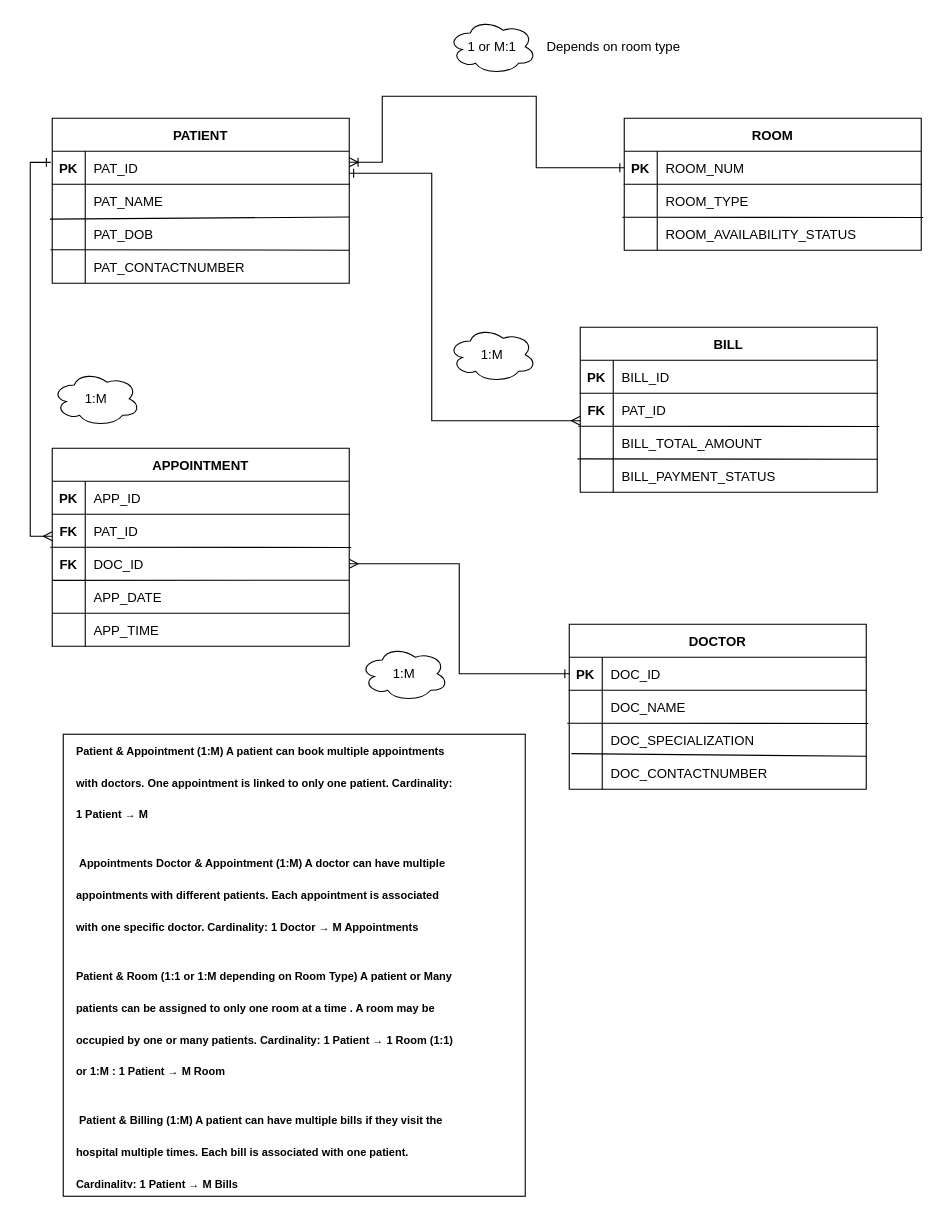
This is Untitled Diagram.drawio from jraldGITHUB/IT26A_BACO, a draw.io file, before an edit. Source tidied: cells renumbered, new cells numbered last; positions are measured from the earlier drawing's top-left corner, leaving out a move shared by most shapes. Both pictures are drawn from the tidied source at 110%, with x=0, y=0 at pixel (50, 19).
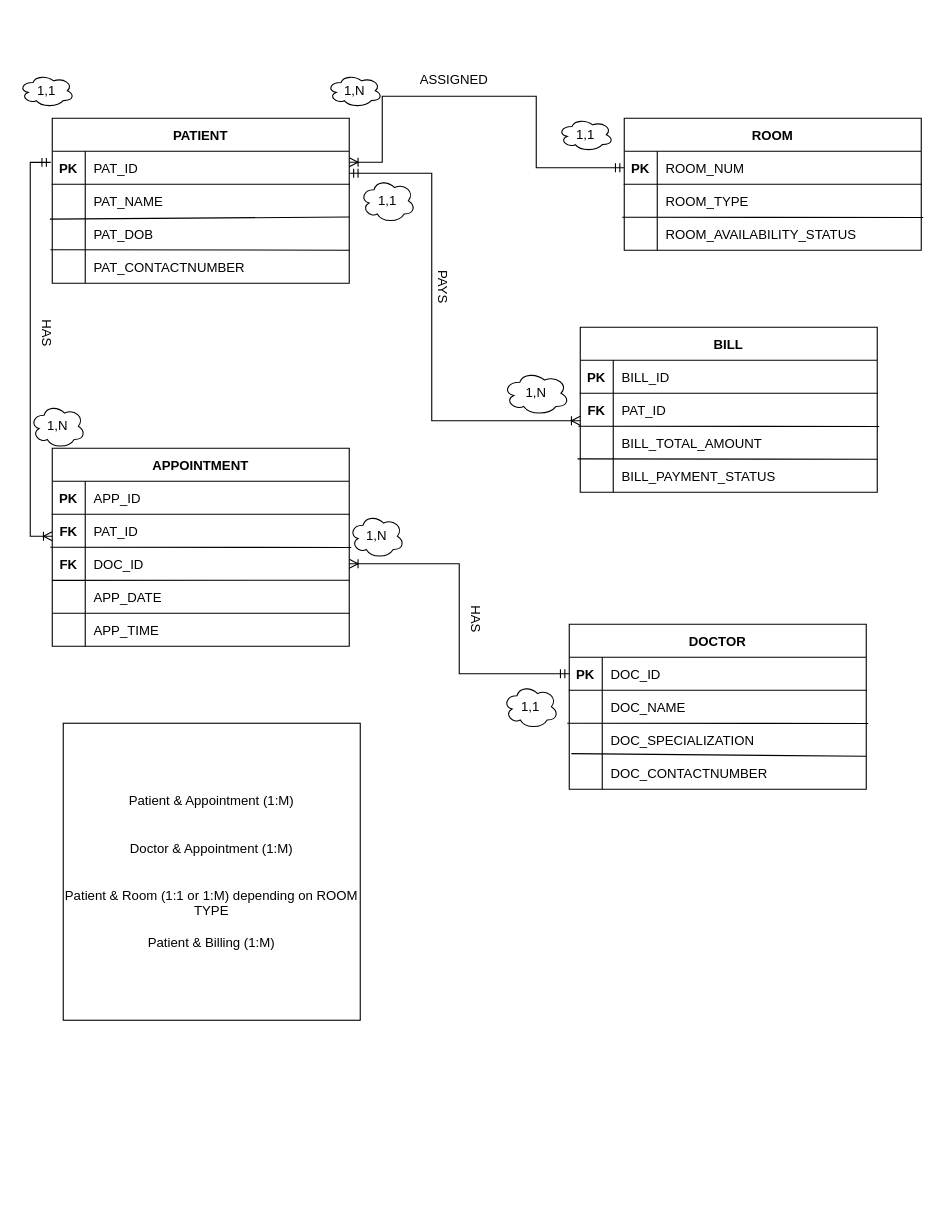
The same page after the edit.

The change refers to these unchanged cells:
```xml
<mxCell id="3" style="shape=partialRectangle;fillColor=none;points=[[0,0.5],[1,0.5]];portConstraint=eastwest;top=0;left=0;right=0;bottom=1;" parent="2" vertex="1">
  <mxGeometry y="30" width="270" height="30" as="geometry" />
</mxCell>
<mxCell id="18" style="shape=partialRectangle;fillColor=none;points=[[0,0.5],[1,0.5]];portConstraint=eastwest;top=0;left=0;right=0;bottom=1;" parent="17" vertex="1">
  <mxGeometry y="30" width="270" height="30" as="geometry" />
</mxCell>
<mxCell id="36" style="shape=partialRectangle;fillColor=none;points=[[0,0.5],[1,0.5]];portConstraint=eastwest;top=0;left=0;right=0;bottom=0;" parent="32" vertex="1">
  <mxGeometry y="60" width="270" height="30" as="geometry" />
</mxCell>
<mxCell id="40" style="shape=partialRectangle;fillColor=none;points=[[0,0.5],[1,0.5]];portConstraint=eastwest;top=0;left=0;right=0;bottom=0;" parent="32" vertex="1">
  <mxGeometry y="90" width="270" height="30" as="geometry" />
</mxCell>
<mxCell id="51" style="shape=partialRectangle;fillColor=none;points=[[0,0.5],[1,0.5]];portConstraint=eastwest;top=0;left=0;right=0;bottom=1;" parent="50" vertex="1">
  <mxGeometry y="30" width="270" height="30" as="geometry" />
</mxCell>
```

Diff of the diagram source:
```diff
@@
-    <mxCell id="77" style="edgeStyle=orthogonalEdgeStyle;rounded=0;jettySize=auto;html=1;exitX=-0.005;exitY=0.338;exitDx=0;exitDy=0;entryX=0;entryY=0.667;entryDx=0;entryDy=0;entryPerimeter=0;endArrow=ERmany;endFill=0;startArrow=ERone;startFill=0;exitPerimeter=0;" parent="1" edge="1" source="3" target="36">
+    <mxCell id="77" style="edgeStyle=orthogonalEdgeStyle;rounded=0;jettySize=auto;html=1;exitX=-0.005;exitY=0.338;exitDx=0;exitDy=0;entryX=0;entryY=0.667;entryDx=0;entryDy=0;entryPerimeter=0;endArrow=ERoneToMany;endFill=0;startArrow=ERmandOne;startFill=0;exitPerimeter=0;" parent="1" edge="1" source="3" target="36">
       <mxGeometry relative="1" as="geometry" />
     </mxCell>
-    <mxCell id="78" style="edgeStyle=orthogonalEdgeStyle;rounded=0;jettySize=auto;html=1;exitX=0;exitY=0.5;exitDx=0;exitDy=0;entryX=1;entryY=0.5;entryDx=0;entryDy=0;startArrow=ERone;startFill=0;endArrow=ERmany;endFill=0;" parent="1" edge="1" source="18" target="40">
+    <mxCell id="78" style="edgeStyle=orthogonalEdgeStyle;rounded=0;jettySize=auto;html=1;exitX=0;exitY=0.5;exitDx=0;exitDy=0;entryX=1;entryY=0.5;entryDx=0;entryDy=0;startArrow=ERmandOne;startFill=0;endArrow=ERoneToMany;endFill=0;" parent="1" edge="1" source="18" target="40">
       <mxGeometry relative="1" as="geometry" />
     </mxCell>
-    <mxCell id="79" style="edgeStyle=orthogonalEdgeStyle;rounded=0;jettySize=auto;html=1;startArrow=ERoneToMany;startFill=0;endArrow=ERone;endFill=0;" parent="1" edge="1" target="51">
+    <mxCell id="79" style="edgeStyle=orthogonalEdgeStyle;rounded=0;jettySize=auto;html=1;startArrow=ERoneToMany;startFill=0;endArrow=ERmandOne;endFill=0;" parent="1" edge="1" target="51">
       <mxGeometry relative="1" as="geometry">
         <mxPoint x="272" y="130" as="sourcePoint" />
         <Array as="points">
           <mxPoint x="302" y="130" />
           <mxPoint x="302" y="70" />
           <mxPoint x="442" y="70" />
           <mxPoint x="442" y="135" />
         </Array>
       </mxGeometry>
     </mxCell>
-    <mxCell id="80" style="edgeStyle=orthogonalEdgeStyle;rounded=0;orthogonalLoop=1;jettySize=auto;html=1;exitX=0;exitY=0.5;exitDx=0;exitDy=0;startArrow=ERmany;startFill=0;endArrow=ERone;endFill=0;entryX=1;entryY=0.333;entryDx=0;entryDy=0;entryPerimeter=0;" parent="1" edge="1">
+    <mxCell id="80" style="edgeStyle=orthogonalEdgeStyle;rounded=0;orthogonalLoop=1;jettySize=auto;html=1;exitX=0;exitY=0.5;exitDx=0;exitDy=0;startArrow=ERoneToMany;startFill=0;endArrow=ERmandOne;endFill=0;entryX=1;entryY=0.333;entryDx=0;entryDy=0;entryPerimeter=0;" parent="1" edge="1">
       <mxGeometry relative="1" as="geometry">
         <mxPoint x="482" y="365" as="sourcePoint" />
         <mxPoint x="272" y="140" as="targetPoint" />
         <Array as="points">
           <mxPoint x="347" y="365" />
           <mxPoint x="347" y="140" />
         </Array>
       </mxGeometry>
     </mxCell>
-    <mxCell id="81" style="whiteSpace=wrap;html=1;" parent="1" vertex="1">
-      <mxGeometry x="12" y="650" width="420" height="420" as="geometry" />
-    </mxCell>
-    <mxCell id="82" value="&lt;h1 style=&quot;margin-top: 0px;&quot;&gt;&lt;font size=&quot;1&quot;&gt;Patient &amp;amp; Appointment (1:M) A patient can book multiple appointments with doctors. One appointment is linked to only one patient. Cardinality: 1 Patient → M&lt;/font&gt;&lt;/h1&gt;&lt;h1 style=&quot;margin-top: 0px;&quot;&gt;&lt;font size=&quot;1&quot;&gt;&amp;nbsp;Appointments Doctor &amp;amp; Appointment (1:M) A doctor can have multiple appointments with different patients. Each appointment is associated with one specific doctor. Cardinality: 1 Doctor → M Appointments&amp;nbsp;&lt;/font&gt;&lt;/h1&gt;&lt;h1 style=&quot;margin-top: 0px;&quot;&gt;&lt;font size=&quot;1&quot;&gt;Patient &amp;amp; Room (1:1 or 1:M depending on Room Type) A patient or Many patients can be assigned to only one room at a time . A room may be&amp;nbsp; occupied by one or many patients. Cardinality: 1 Patient → 1 Room (1:1) or 1:M :&amp;nbsp;&lt;/font&gt;&lt;span style=&quot;font-size: x-small; background-color: transparent; color: light-dark(rgb(0, 0, 0), rgb(255, 255, 255));&quot;&gt;1 Patient → M Room&lt;/span&gt;&lt;/h1&gt;&lt;h1 style=&quot;margin-top: 0px;&quot;&gt;&lt;font size=&quot;1&quot;&gt;&amp;nbsp;Patient &amp;amp; Billing (1:M) A patient can have multiple bills if they visit the hospital multiple times. Each bill is associated with one patient. Cardinality: 1 Patient → M Bills&lt;/font&gt;&lt;/h1&gt;" style="text;html=1;whiteSpace=wrap;overflow=hidden;rounded=0;" parent="1" vertex="1">
-      <mxGeometry x="22" y="640" width="350" height="420" as="geometry" />
-    </mxCell>
-    <mxCell id="83" value="1 or M:1" style="ellipse;shape=cloud;whiteSpace=wrap;html=1;" parent="1" vertex="1">
-      <mxGeometry x="362" width="80" height="50" as="geometry" />
+    <mxCell id="83" value="1,N" style="ellipse;shape=cloud;whiteSpace=wrap;html=1;" parent="1" vertex="1">
+      <mxGeometry x="252" y="50" width="50" height="30" as="geometry" />
     </mxCell>
-    <mxCell id="84" value="1:M" style="ellipse;shape=cloud;whiteSpace=wrap;html=1;" parent="1" vertex="1">
-      <mxGeometry x="362" y="280" width="80" height="50" as="geometry" />
+    <mxCell id="84" value="1,1" style="ellipse;shape=cloud;whiteSpace=wrap;html=1;" parent="1" vertex="1">
+      <mxGeometry x="462" y="90" width="50" height="30" as="geometry" />
     </mxCell>
-    <mxCell id="85" value="Depends on room type" style="text;html=1;align=center;verticalAlign=middle;strokeColor=none;fillColor=none;" parent="1" vertex="1">
-      <mxGeometry x="442" y="10" width="140" height="30" as="geometry" />
-    </mxCell>
-    <mxCell id="86" value="1:M" style="ellipse;shape=cloud;whiteSpace=wrap;html=1;" parent="1" vertex="1">
-      <mxGeometry x="282" y="570" width="80" height="50" as="geometry" />
+    <mxCell id="86" value="1,N" style="ellipse;shape=cloud;whiteSpace=wrap;html=1;" parent="1" vertex="1">
+      <mxGeometry x="272" y="450" width="50" height="40" as="geometry" />
     </mxCell>
-    <mxCell id="87" value="1:M" style="ellipse;shape=cloud;whiteSpace=wrap;html=1;" parent="1" vertex="1">
-      <mxGeometry x="2" y="320" width="80" height="50" as="geometry" />
+    <mxCell id="87" value="1,N" style="ellipse;shape=cloud;whiteSpace=wrap;html=1;" parent="1" vertex="1">
+      <mxGeometry x="-18" y="350" width="50" height="40" as="geometry" />
     </mxCell>
+    <mxCell id="88" value="1,1" style="ellipse;shape=cloud;whiteSpace=wrap;html=1;" parent="1" vertex="1">
+      <mxGeometry x="-28" y="50" width="50" height="30" as="geometry" />
+    </mxCell>
+    <mxCell id="89" value="1,1" style="ellipse;shape=cloud;whiteSpace=wrap;html=1;" parent="1" vertex="1">
+      <mxGeometry x="282" y="145" width="50" height="40" as="geometry" />
+    </mxCell>
+    <mxCell id="90" value="1,N" style="ellipse;shape=cloud;whiteSpace=wrap;html=1;" parent="1" vertex="1">
+      <mxGeometry x="412" y="320" width="60" height="40" as="geometry" />
+    </mxCell>
+    <mxCell id="91" value="1,1" style="ellipse;shape=cloud;whiteSpace=wrap;html=1;" parent="1" vertex="1">
+      <mxGeometry x="412" y="605" width="50" height="40" as="geometry" />
+    </mxCell>
+    <mxCell id="92" value="PAYS" style="text;html=1;align=center;verticalAlign=middle;strokeColor=none;fillColor=none;rotation=90;" parent="1" vertex="1">
+      <mxGeometry x="332" y="228" width="50" height="30" as="geometry" />
+    </mxCell>
+    <mxCell id="93" value="&lt;div&gt;HAS&lt;/div&gt;" style="text;html=1;align=center;verticalAlign=middle;strokeColor=none;fillColor=none;rotation=90;" parent="1" vertex="1">
+      <mxGeometry x="362" y="530" width="50" height="30" as="geometry" />
+    </mxCell>
+    <mxCell id="94" value="&lt;div&gt;HAS&lt;/div&gt;" style="text;html=1;align=center;verticalAlign=middle;strokeColor=none;fillColor=none;rotation=90;" parent="1" vertex="1">
+      <mxGeometry x="-28" y="270" width="50" height="30" as="geometry" />
+    </mxCell>
+    <mxCell id="95" value="ASSIGNED" style="text;html=1;align=center;verticalAlign=middle;strokeColor=none;fillColor=none;rotation=0;" parent="1" vertex="1">
+      <mxGeometry x="322" y="40" width="90" height="30" as="geometry" />
+    </mxCell>
+    <mxCell id="96" value="Patient &amp;amp; Appointment (1:M)&lt;br&gt;&lt;br&gt;&lt;br&gt;Doctor &amp;amp; Appointment (1:M)&lt;br&gt;&lt;br&gt;&lt;br&gt;Patient &amp;amp; Room (1:1 or 1:M) depending on ROOM TYPE&lt;br&gt;&lt;br&gt;Patient &amp;amp; Billing (1:M)" style="whiteSpace=wrap;html=1;" parent="1" vertex="1">
+      <mxGeometry x="12" y="640" width="270" height="270" as="geometry" />
+    </mxCell>
```
